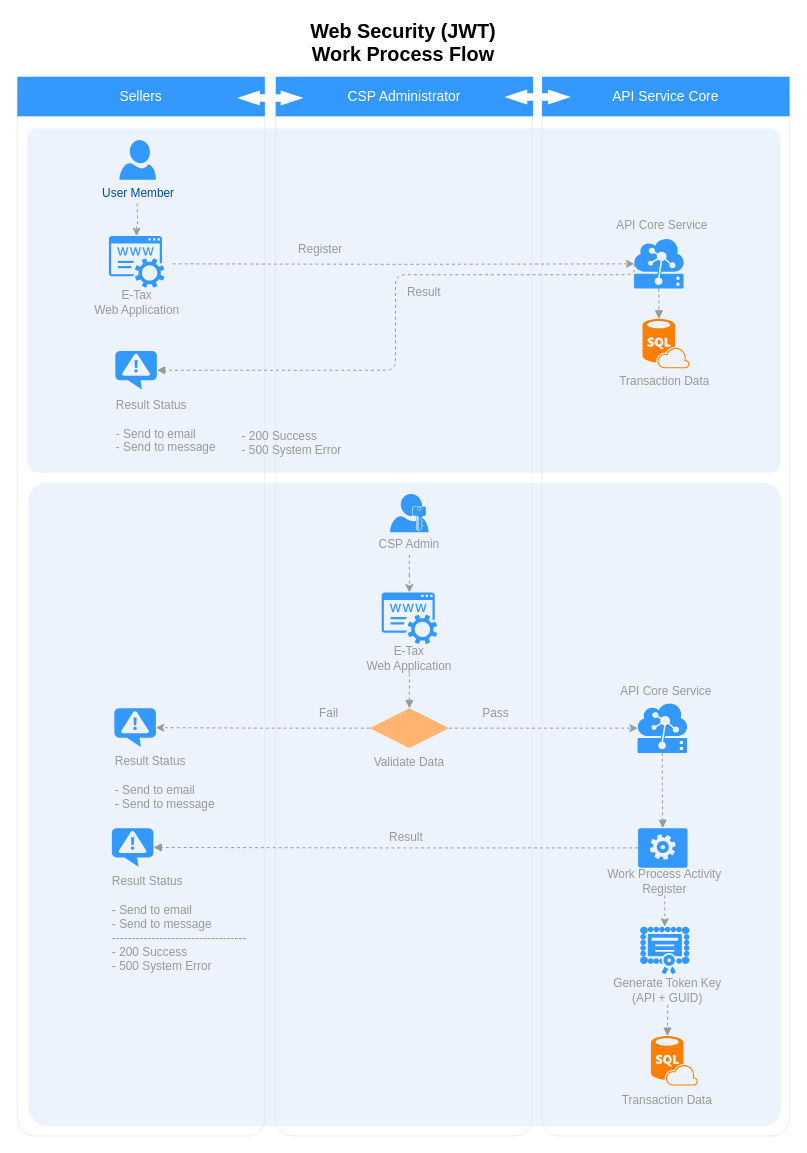
Above: Web Application Security Concept (JWT).drawio in nirawat/eTax (draw.io), before the change. Source tidied: cells renumbered, new cells numbered last; positions are measured from the earlier drawing's top-left corner, leaving out a move shared by most shapes. Both pictures are drawn from the tidied source at 99%, with x=0, y=0 at pixel (17, 17).
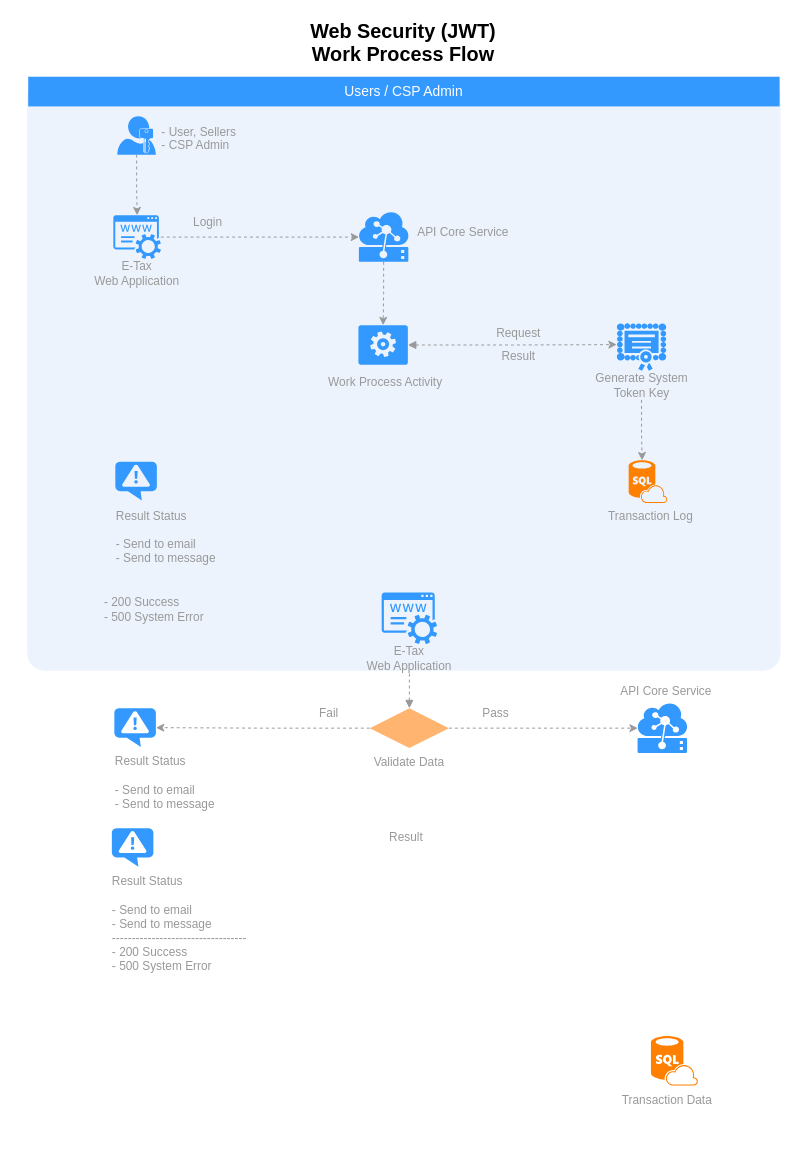
After the change.

Unchanged cells that the change refers to:
```xml
<mxCell id="17" style="shadow=0;dashed=0;html=1;strokeColor=none;labelPosition=center;verticalLabelPosition=bottom;verticalAlign=top;align=center;shape=mxgraph.mscae.cloud.iot_edge;fillColor=#3399FF;fontSize=12;fontColor=#999999;" parent="1" vertex="1">
  <mxGeometry x="626.5" y="693" width="50" height="50" as="geometry" />
</mxCell>
<mxCell id="22" style="verticalLabelPosition=bottom;html=1;verticalAlign=top;align=center;strokeColor=none;fillColor=#3399FF;shape=mxgraph.azure.notification_topic;fontSize=12;fontColor=#999999;" parent="1" vertex="1">
  <mxGeometry x="95.5" y="819" width="42" height="39" as="geometry" />
</mxCell>
<mxCell id="27" style="verticalLabelPosition=bottom;html=1;verticalAlign=top;align=center;strokeColor=none;fillColor=#FF8000;shape=mxgraph.azure.sql_database_sql_azure;fontSize=12;fontColor=#999999;" parent="25" vertex="1">
  <mxGeometry x="31" width="47.5" height="50" as="geometry" />
</mxCell>
<mxCell id="46" style="group;" parent="45" vertex="1">
  <mxGeometry width="108" height="79" as="geometry" />
</mxCell>
<mxCell id="57" style="shadow=0;dashed=0;html=1;strokeColor=none;fillColor=#3399FF;labelPosition=center;verticalLabelPosition=bottom;verticalAlign=top;outlineConnect=0;align=center;shape=mxgraph.office.services.registrar_service;" parent="56" vertex="1">
  <mxGeometry x="27" y="-30" width="56" height="52" as="geometry" />
</mxCell>
```

What changed in the source:
```diff
@@
-    <mxCell id="2" style="rounded=1;whiteSpace=wrap;html=1;strokeColor=#E6E6E6;strokeWidth=1;fillColor=#FFFFFF;fontFamily=Helvetica;fontSize=14;fontColor=#FFB366;opacity=75;verticalAlign=top;fontStyle=1;arcSize=7;" parent="1" vertex="1">
-      <mxGeometry x="530" y="60" width="250" height="1070" as="geometry" />
-    </mxCell>
-    <mxCell id="3" style="rounded=1;whiteSpace=wrap;html=1;strokeColor=#E6E6E6;strokeWidth=1;fillColor=#FFFFFF;fontFamily=Helvetica;fontSize=14;fontColor=#FFB366;opacity=75;verticalAlign=top;fontStyle=1;arcSize=7;" parent="1" vertex="1">
-      <mxGeometry x="261" y="60" width="259" height="1070" as="geometry" />
-    </mxCell>
-    <mxCell id="4" style="rounded=1;whiteSpace=wrap;html=1;strokeColor=#E6E6E6;strokeWidth=1;fillColor=#FFFFFF;fontFamily=Helvetica;fontSize=14;fontColor=#FFB366;opacity=75;verticalAlign=top;fontStyle=1;arcSize=7;" parent="1" vertex="1">
-      <mxGeometry y="60" width="250" height="1070" as="geometry" />
-    </mxCell>
-    <mxCell id="5" style="rounded=1;whiteSpace=wrap;html=1;strokeColor=none;strokeWidth=1;fillColor=#dae8fc;fontSize=12;align=center;arcSize=3;opacity=50;" parent="1" vertex="1">
-      <mxGeometry x="11" y="470" width="761" height="650" as="geometry" />
-    </mxCell>
     <mxCell id="6" style="rounded=1;whiteSpace=wrap;html=1;strokeColor=none;strokeWidth=1;fillColor=#dae8fc;fontSize=12;align=center;arcSize=3;opacity=50;" parent="1" vertex="1">
-      <mxGeometry x="10" y="112" width="761" height="348" as="geometry" />
+      <mxGeometry x="10" y="60" width="761" height="600" as="geometry" />
     </mxCell>
-    <mxCell id="7" value="Sellers" style="whiteSpace=wrap;html=1;dashed=1;strokeColor=none;strokeWidth=2;fillColor=#3399FF;fontFamily=Helvetica;fontSize=14;fontColor=#FFFFFF;fontStyle=0;" parent="1" vertex="1">
-      <mxGeometry y="60" width="250" height="40" as="geometry" />
+    <mxCell id="7" value="Users / CSP Admin" style="whiteSpace=wrap;html=1;dashed=1;strokeColor=none;strokeWidth=2;fillColor=#3399FF;fontFamily=Helvetica;fontSize=14;fontColor=#FFFFFF;fontStyle=0;" parent="1" vertex="1">
+      <mxGeometry x="11" y="60" width="759" height="30" as="geometry" />
     </mxCell>
-    <mxCell id="8" value="CSP Administrator" style="whiteSpace=wrap;html=1;dashed=1;strokeColor=none;strokeWidth=2;fillColor=#3399FF;fontFamily=Helvetica;fontSize=14;fontColor=#FFFFFF;fontStyle=0;" parent="1" vertex="1">
-      <mxGeometry x="261" y="60" width="260" height="40" as="geometry" />
-    </mxCell>
-    <mxCell id="9" value="API Service Core" style="whiteSpace=wrap;html=1;dashed=1;strokeColor=none;strokeWidth=2;fillColor=#3399FF;fontFamily=Helvetica;fontSize=14;fontColor=#FFFFFF;fontStyle=0;" parent="1" vertex="1">
-      <mxGeometry x="530" y="60" width="250" height="40" as="geometry" />
-    </mxCell>
-    <mxCell id="10" style="shape=mxgraph.arrows.two_way_arrow_horizontal;html=1;verticalLabelPosition=bottom;verticalAlign=top;strokeWidth=2;strokeColor=none;dashed=1;fillColor=#FFFFFF;fontFamily=Verdana;fontSize=12;fontColor=#00BEF2;" parent="1" vertex="1">
-      <mxGeometry x="492" y="73" width="67" height="15" as="geometry" />
-    </mxCell>
-    <mxCell id="11" value="User Member" style="verticalLabelPosition=bottom;html=1;verticalAlign=top;strokeColor=none;fillColor=#3399FF;shape=mxgraph.azure.user;dashed=1;fontSize=12;fontColor=#004C99;" parent="1" vertex="1">
-      <mxGeometry x="103" y="124" width="37" height="40" as="geometry" />
-    </mxCell>
@@
-    <mxCell id="13" style="shape=mxgraph.arrows.two_way_arrow_horizontal;html=1;verticalLabelPosition=bottom;verticalAlign=top;strokeWidth=2;strokeColor=none;dashed=1;fillColor=#FFFFFF;fontFamily=Verdana;fontSize=12;fontColor=#00BEF2;" parent="1" vertex="1">
-      <mxGeometry x="222" y="74" width="67" height="15" as="geometry" />
-    </mxCell>
-    <mxCell id="14" style="group;" parent="1" vertex="1">
-      <mxGeometry x="600" y="913.5" width="114" height="81" as="geometry" />
-    </mxCell>
-    <mxCell id="15" value="Generate Token Key&lt;br&gt;(API + GUID)&lt;br&gt;" style="text;html=1;strokeColor=none;fillColor=none;align=center;verticalAlign=middle;whiteSpace=wrap;rounded=0;fontSize=12;fontColor=#999999;" parent="14" vertex="1">
-      <mxGeometry y="54" width="114" height="30" as="geometry" />
-    </mxCell>
-    <mxCell id="16" style="edgeStyle=orthogonalEdgeStyle;rounded=0;jettySize=auto;html=1;exitX=0.5;exitY=1;exitDx=0;exitDy=0;exitPerimeter=0;startArrow=none;startFill=0;endArrow=block;endFill=1;strokeColor=#999999;fontSize=12;fontColor=#999999;dashed=1;entryX=0.5;entryY=0;entryDx=0;entryDy=0;entryPerimeter=0;" parent="1" edge="1" source="17" target="20">
-      <mxGeometry relative="1" as="geometry" />
-    </mxCell>
@@
-    <mxCell id="19" style="group;" parent="1" vertex="1">
-      <mxGeometry x="614" y="819" width="120" height="68" as="geometry" />
-    </mxCell>
-    <mxCell id="20" style="verticalLabelPosition=bottom;html=1;verticalAlign=top;align=center;strokeColor=none;fillColor=#3399FF;shape=mxgraph.azure.worker_role;fontSize=12;fontColor=#999999;" parent="19" vertex="1">
-      <mxGeometry x="13" width="50" height="40" as="geometry" />
-    </mxCell>
-    <mxCell id="21" value="Work Process Activity&lt;br&gt;Register" style="text;html=1;strokeColor=none;fillColor=none;align=center;verticalAlign=middle;whiteSpace=wrap;rounded=0;fontSize=12;fontColor=#999999;" parent="19" vertex="1">
-      <mxGeometry x="-40" y="39" width="160" height="29" as="geometry" />
-    </mxCell>
@@
-    <mxCell id="23" style="edgeStyle=orthogonalEdgeStyle;rounded=1;jettySize=auto;html=1;entryX=1;entryY=0.5;entryDx=0;entryDy=0;entryPerimeter=0;dashed=1;startArrow=none;startFill=0;endArrow=block;endFill=1;strokeColor=#999999;fontSize=12;fontColor=#999999;exitX=0;exitY=0.5;exitDx=0;exitDy=0;exitPerimeter=0;" parent="1" edge="1" source="20" target="22">
-      <mxGeometry relative="1" as="geometry" />
-    </mxCell>
@@
-    <mxCell id="31" style="edgeStyle=orthogonalEdgeStyle;rounded=0;jettySize=auto;html=1;exitX=0.5;exitY=1;exitDx=0;exitDy=0;dashed=1;strokeColor=#999999;" parent="1" edge="1" source="38" target="57">
-      <mxGeometry relative="1" as="geometry" />
-    </mxCell>
@@
-    <mxCell id="38" value="&lt;font color=&quot;#999999&quot; style=&quot;font-size: 12px&quot;&gt;CSP Admin&lt;/font&gt;" style="text;html=1;strokeColor=none;fillColor=none;align=center;verticalAlign=middle;whiteSpace=wrap;rounded=0;fontSize=12;" parent="1" vertex="1">
-      <mxGeometry x="336" y="523" width="120" height="20" as="geometry" />
-    </mxCell>
-    <mxCell id="39" style="edgeStyle=orthogonalEdgeStyle;rounded=0;jettySize=auto;html=1;fontSize=14;strokeColor=#999999;dashed=1;entryX=0.005;entryY=0.5;entryDx=0;entryDy=0;entryPerimeter=0;" parent="1" edge="1" target="51">
-      <mxGeometry relative="1" as="geometry">
-        <mxPoint x="157" y="249" as="sourcePoint" />
-      </mxGeometry>
+    <mxCell id="39" style="edgeStyle=orthogonalEdgeStyle;rounded=0;jettySize=auto;html=1;fontSize=14;strokeColor=#999999;dashed=1;entryX=0.005;entryY=0.5;entryDx=0;entryDy=0;entryPerimeter=0;" parent="1" edge="1" source="42" target="51">
+      <mxGeometry relative="1" as="geometry" />
     </mxCell>
-    <mxCell id="40" value="Register" style="text;html=1;strokeColor=none;fillColor=none;align=left;verticalAlign=middle;whiteSpace=wrap;rounded=0;fontSize=12;fontColor=#999999;" parent="1" vertex="1">
-      <mxGeometry x="282" y="225" width="59" height="20" as="geometry" />
+    <mxCell id="40" value="Login" style="text;html=1;strokeColor=none;fillColor=none;align=left;verticalAlign=middle;whiteSpace=wrap;rounded=0;fontSize=12;fontColor=#999999;" parent="1" vertex="1">
+      <mxGeometry x="175.5" y="197" width="59" height="20" as="geometry" />
     </mxCell>
-    <mxCell id="41" style="group;" parent="1" vertex="1">
-      <mxGeometry x="65.5" y="268" width="110" height="82" as="geometry" />
-    </mxCell>
-    <mxCell id="42" style="shadow=0;dashed=0;html=1;strokeColor=none;fillColor=#3399FF;labelPosition=center;verticalLabelPosition=bottom;verticalAlign=top;outlineConnect=0;align=center;shape=mxgraph.office.services.registrar_service;" parent="41" vertex="1">
-      <mxGeometry x="27" y="-47" width="56" height="52" as="geometry" />
-    </mxCell>
-    <mxCell id="43" value="E-Tax &lt;br&gt;Web Application" style="text;html=1;strokeColor=none;fillColor=none;align=center;verticalAlign=middle;whiteSpace=wrap;rounded=0;fontSize=12;fontColor=#999999;" parent="41" vertex="1">
-      <mxGeometry y="5" width="110" height="30" as="geometry" />
-    </mxCell>
-    <mxCell id="44" style="edgeStyle=orthogonalEdgeStyle;rounded=0;jettySize=auto;html=1;exitX=0.5;exitY=1;exitDx=0;exitDy=0;dashed=1;strokeColor=#999999;" parent="1" edge="1" target="42">
-      <mxGeometry relative="1" as="geometry">
-        <mxPoint x="121" y="188" as="sourcePoint" />
-      </mxGeometry>
+    <mxCell id="44" style="edgeStyle=orthogonalEdgeStyle;rounded=0;jettySize=auto;html=1;exitX=0.5;exitY=1;exitDx=0;exitDy=0;dashed=1;strokeColor=#999999;exitPerimeter=0;" parent="1" edge="1" source="60" target="42">
+      <mxGeometry relative="1" as="geometry" />
     </mxCell>
     <mxCell id="45" style="group;" parent="1" vertex="1">
-      <mxGeometry x="600.5" y="301.5" width="108" height="79" as="geometry" />
+      <mxGeometry x="586.5" y="437.5" width="108" height="79" as="geometry" />
     </mxCell>
@@
-    <mxCell id="47" value="Transaction Data" style="text;html=1;strokeColor=none;fillColor=none;align=center;verticalAlign=middle;whiteSpace=wrap;rounded=0;fontSize=12;fontColor=#999999;" parent="46" vertex="1">
+    <mxCell id="47" value="Transaction Log" style="text;html=1;strokeColor=none;fillColor=none;align=center;verticalAlign=middle;whiteSpace=wrap;rounded=0;fontSize=12;fontColor=#999999;" parent="46" vertex="1">
       <mxGeometry x="-1" y="52" width="108" height="29" as="geometry" />
     </mxCell>
     <mxCell id="48" style="verticalLabelPosition=bottom;html=1;verticalAlign=top;align=center;strokeColor=none;fillColor=#FF8000;shape=mxgraph.azure.sql_database_sql_azure;fontSize=12;fontColor=#999999;" parent="46" vertex="1">
-      <mxGeometry x="31" y="3" width="47.5" height="50" as="geometry" />
+      <mxGeometry x="31" y="10" width="39" height="43" as="geometry" />
     </mxCell>
-    <mxCell id="49" style="edgeStyle=orthogonalEdgeStyle;rounded=1;jettySize=auto;html=1;exitX=0.5;exitY=1;exitDx=0;exitDy=0;exitPerimeter=0;entryX=0.35;entryY=0;entryDx=0;entryDy=0;entryPerimeter=0;dashed=1;startArrow=none;startFill=0;endArrow=block;endFill=1;strokeColor=#999999;fontSize=12;fontColor=#999999;" parent="1" edge="1" source="51" target="48">
-      <mxGeometry relative="1" as="geometry" />
-    </mxCell>
-    <mxCell id="50" style="edgeStyle=orthogonalEdgeStyle;rounded=1;jettySize=auto;html=1;exitX=0.005;exitY=0.5;exitDx=0;exitDy=0;exitPerimeter=0;entryX=1;entryY=0.5;entryDx=0;entryDy=0;entryPerimeter=0;dashed=1;startArrow=none;startFill=0;endArrow=block;endFill=1;strokeColor=#999999;fontSize=12;fontColor=#999999;" parent="1" edge="1" source="51" target="53">
-      <mxGeometry relative="1" as="geometry">
-        <Array as="points">
-          <mxPoint x="623" y="260" />
-          <mxPoint x="382" y="260" />
-          <mxPoint x="382" y="357" />
-        </Array>
-      </mxGeometry>
-    </mxCell>
+    <mxCell id="66" style="edgeStyle=orthogonalEdgeStyle;rounded=0;jettySize=auto;html=1;exitX=0.5;exitY=1;exitDx=0;exitDy=0;exitPerimeter=0;entryX=0.5;entryY=0;entryDx=0;entryDy=0;entryPerimeter=0;dashed=1;strokeColor=#999999;" parent="1" edge="1" source="51" target="20">
+      <mxGeometry relative="1" as="geometry" />
+    </mxCell>
     <mxCell id="51" style="shadow=0;dashed=0;html=1;strokeColor=none;labelPosition=center;verticalLabelPosition=bottom;verticalAlign=top;align=center;shape=mxgraph.mscae.cloud.iot_edge;fillColor=#3399FF;fontSize=12;fontColor=#999999;" parent="1" vertex="1">
-      <mxGeometry x="623" y="224" width="50" height="50" as="geometry" />
+      <mxGeometry x="345" y="197" width="50" height="50" as="geometry" />
     </mxCell>
     <mxCell id="52" value="API Core Service" style="text;html=1;strokeColor=none;fillColor=none;align=center;verticalAlign=middle;whiteSpace=wrap;rounded=0;fontSize=12;fontColor=#999999;" parent="1" vertex="1">
-      <mxGeometry x="601" y="195" width="101" height="29" as="geometry" />
+      <mxGeometry x="400" y="202.5" width="101" height="29" as="geometry" />
     </mxCell>
     <mxCell id="53" style="verticalLabelPosition=bottom;html=1;verticalAlign=top;align=center;strokeColor=none;fillColor=#3399FF;shape=mxgraph.azure.notification_topic;fontSize=12;fontColor=#999999;" parent="1" vertex="1">
-      <mxGeometry x="99" y="337" width="42" height="39" as="geometry" />
+      <mxGeometry x="99" y="449" width="42" height="39" as="geometry" />
     </mxCell>
     <mxCell id="54" value="Result Status&lt;br&gt;&lt;br&gt;- Send to email&lt;br&gt;- Send to message&lt;br&gt;" style="text;html=1;strokeColor=none;fillColor=none;align=left;verticalAlign=middle;whiteSpace=wrap;rounded=0;fontSize=12;fontColor=#999999;" parent="1" vertex="1">
-      <mxGeometry x="98" y="376" width="152" height="74" as="geometry" />
+      <mxGeometry x="98" y="488" width="152" height="74" as="geometry" />
     </mxCell>
-    <mxCell id="55" value="Result&amp;nbsp;" style="text;html=1;strokeColor=none;fillColor=none;align=left;verticalAlign=middle;whiteSpace=wrap;rounded=0;fontSize=12;fontColor=#999999;" parent="1" vertex="1">
-      <mxGeometry x="392" y="268" width="59" height="20" as="geometry" />
-    </mxCell>
@@
     <mxCell id="59" value="- 200 Success&lt;br&gt;- 500 System Error&lt;br&gt;" style="text;html=1;strokeColor=none;fillColor=none;align=left;verticalAlign=middle;whiteSpace=wrap;rounded=0;fontSize=12;fontColor=#999999;" parent="1" vertex="1">
-      <mxGeometry x="224.5" y="413" width="152" height="34" as="geometry" />
+      <mxGeometry x="86" y="581" width="152" height="34" as="geometry" />
     </mxCell>
-    <mxCell id="60" style="shadow=0;dashed=0;html=1;strokeColor=none;labelPosition=center;verticalLabelPosition=bottom;verticalAlign=top;align=center;shape=mxgraph.mscae.enterprise.user_permissions;fillColor=#3399FF;fontSize=14;" parent="1" vertex="1">
-      <mxGeometry x="376.5" y="481.5" width="39" height="38.7" as="geometry" />
-    </mxCell>
@@
+    <mxCell id="67" style="group;" parent="1" vertex="1">
+      <mxGeometry x="101" y="100" width="162.5" height="50" as="geometry" />
+    </mxCell>
+    <mxCell id="38" value="&lt;font color=&quot;#999999&quot; style=&quot;font-size: 12px&quot;&gt;- User, Sellers&lt;br&gt;- CSP Admin&lt;br&gt;&lt;br&gt;&lt;/font&gt;" style="text;html=1;strokeColor=none;fillColor=none;align=left;verticalAlign=middle;whiteSpace=wrap;rounded=0;fontSize=12;" parent="67" vertex="1">
+      <mxGeometry x="42.5" y="10" width="120" height="40" as="geometry" />
+    </mxCell>
+    <mxCell id="60" style="shadow=0;dashed=0;html=1;strokeColor=none;labelPosition=center;verticalLabelPosition=bottom;verticalAlign=top;align=center;shape=mxgraph.mscae.enterprise.user_permissions;fillColor=#3399FF;fontSize=14;" parent="67" vertex="1">
+      <mxGeometry width="39" height="38.7" as="geometry" />
+    </mxCell>
+    <mxCell id="68" style="group;" parent="1" vertex="1">
+      <mxGeometry x="65.5" y="200" width="110" height="74" as="geometry" />
+    </mxCell>
+    <mxCell id="42" style="shadow=0;dashed=0;html=1;strokeColor=none;fillColor=#3399FF;labelPosition=center;verticalLabelPosition=bottom;verticalAlign=top;outlineConnect=0;align=center;shape=mxgraph.office.services.registrar_service;" parent="68" vertex="1">
+      <mxGeometry x="31.5" width="48" height="44" as="geometry" />
+    </mxCell>
+    <mxCell id="43" value="E-Tax &lt;br&gt;Web Application" style="text;html=1;strokeColor=none;fillColor=none;align=center;verticalAlign=middle;whiteSpace=wrap;rounded=0;fontSize=12;fontColor=#999999;" parent="68" vertex="1">
+      <mxGeometry y="44" width="110" height="30" as="geometry" />
+    </mxCell>
+    <mxCell id="69" style="group;" parent="1" vertex="1">
+      <mxGeometry x="291.5" y="311" width="160" height="72" as="geometry" />
+    </mxCell>
+    <mxCell id="20" style="verticalLabelPosition=bottom;html=1;verticalAlign=top;align=center;strokeColor=none;fillColor=#3399FF;shape=mxgraph.azure.worker_role;fontSize=12;fontColor=#999999;" parent="69" vertex="1">
+      <mxGeometry x="53" width="50" height="40" as="geometry" />
+    </mxCell>
+    <mxCell id="21" value="Work Process Activity&lt;br&gt;" style="text;html=1;strokeColor=none;fillColor=none;align=center;verticalAlign=middle;whiteSpace=wrap;rounded=0;fontSize=12;fontColor=#999999;" parent="69" vertex="1">
+      <mxGeometry y="43" width="160" height="29" as="geometry" />
+    </mxCell>
+    <mxCell id="70" style="group;" parent="1" vertex="1">
+      <mxGeometry x="573.5" y="302.5" width="114" height="81" as="geometry" />
+    </mxCell>
+    <mxCell id="14" style="group;" parent="70" vertex="1">
+      <mxGeometry width="114" height="81" as="geometry" />
+    </mxCell>
+    <mxCell id="15" value="Generate System Token Key&lt;br&gt;" style="text;html=1;strokeColor=none;fillColor=none;align=center;verticalAlign=middle;whiteSpace=wrap;rounded=0;fontSize=12;fontColor=#999999;" parent="14" vertex="1">
+      <mxGeometry y="54" width="114" height="30" as="geometry" />
+    </mxCell>
-    <mxCell id="63" style="shadow=0;dashed=0;html=1;strokeColor=none;labelPosition=center;verticalLabelPosition=bottom;verticalAlign=top;align=center;shape=mxgraph.mscae.intune.inventory_license;fillColor=#3399FF;fontSize=14;" parent="1" vertex="1">
-      <mxGeometry x="629" y="918.5" width="50" height="48" as="geometry" />
+    <mxCell id="63" style="shadow=0;dashed=0;html=1;strokeColor=none;labelPosition=center;verticalLabelPosition=bottom;verticalAlign=top;align=center;shape=mxgraph.mscae.intune.inventory_license;fillColor=#3399FF;fontSize=14;" parent="70" vertex="1">
+      <mxGeometry x="32" y="6.5" width="50" height="48" as="geometry" />
     </mxCell>
-    <mxCell id="64" style="edgeStyle=orthogonalEdgeStyle;rounded=0;jettySize=auto;html=1;exitX=0.5;exitY=1;exitDx=0;exitDy=0;entryX=0.5;entryY=0;entryDx=0;entryDy=0;entryPerimeter=0;dashed=1;strokeColor=#999999;" parent="1" edge="1" source="21" target="63">
-      <mxGeometry relative="1" as="geometry" />
-    </mxCell>
-    <mxCell id="65" style="edgeStyle=orthogonalEdgeStyle;rounded=1;jettySize=auto;html=1;exitX=0.5;exitY=1;exitDx=0;exitDy=0;entryX=0.35;entryY=0;entryDx=0;entryDy=0;entryPerimeter=0;dashed=1;startArrow=none;startFill=0;endArrow=block;endFill=1;strokeColor=#999999;fontSize=12;fontColor=#999999;" parent="1" edge="1" source="15" target="27">
-      <mxGeometry relative="1" as="geometry" />
-    </mxCell>
+    <mxCell id="71" style="edgeStyle=orthogonalEdgeStyle;rounded=0;jettySize=auto;html=1;exitX=0.5;exitY=1;exitDx=0;exitDy=0;entryX=0.35;entryY=0;entryDx=0;entryDy=0;entryPerimeter=0;dashed=1;strokeColor=#999999;" parent="1" edge="1" source="15" target="48">
+      <mxGeometry relative="1" as="geometry" />
+    </mxCell>
+    <mxCell id="72" style="edgeStyle=orthogonalEdgeStyle;rounded=0;jettySize=auto;html=1;exitX=1;exitY=0.5;exitDx=0;exitDy=0;exitPerimeter=0;entryX=0;entryY=0.45;entryDx=0;entryDy=0;entryPerimeter=0;dashed=1;strokeColor=#999999;startArrow=block;startFill=1;" parent="1" edge="1" source="20" target="63">
+      <mxGeometry relative="1" as="geometry" />
+    </mxCell>
+    <mxCell id="73" value="Request" style="text;html=1;strokeColor=none;fillColor=none;align=center;verticalAlign=middle;whiteSpace=wrap;rounded=0;fontSize=12;fontColor=#999999;" parent="1" vertex="1">
+      <mxGeometry x="460" y="309" width="93" height="20" as="geometry" />
+    </mxCell>
+    <mxCell id="55" value="Result" style="text;html=1;strokeColor=none;fillColor=none;align=center;verticalAlign=middle;whiteSpace=wrap;rounded=0;fontSize=12;fontColor=#999999;" parent="1" vertex="1">
+      <mxGeometry x="460" y="333" width="93" height="20" as="geometry" />
+    </mxCell>
```
